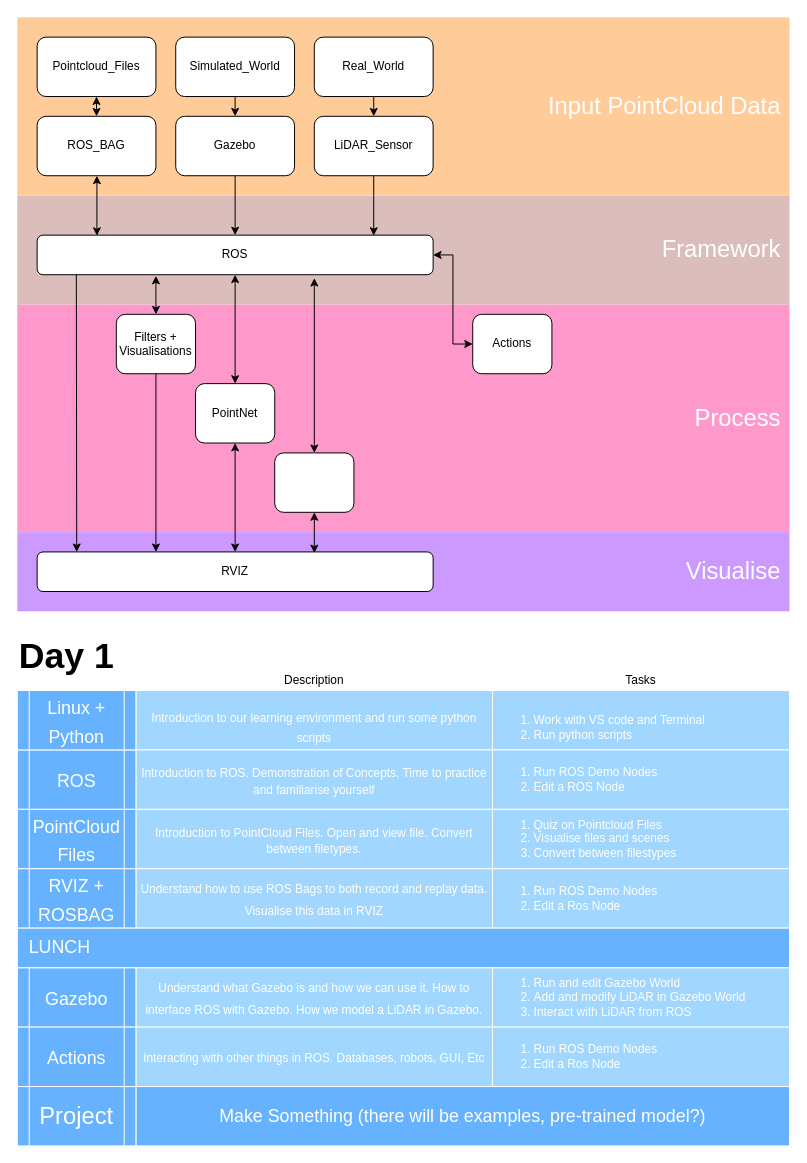
AM1010101/lidar_integrators_course keeps this draw.io diagram as page "Day_1" (1 of 6) of course_overview_diagram.drawio. Above is the earlier version. Source tidied: cells renumbered, new cells numbered last; positions are measured from the earlier drawing's top-left corner, leaving out a move shared by most shapes. Both pictures are drawn from the tidied source at 99%, with x=0, y=0 at pixel (17, 17).
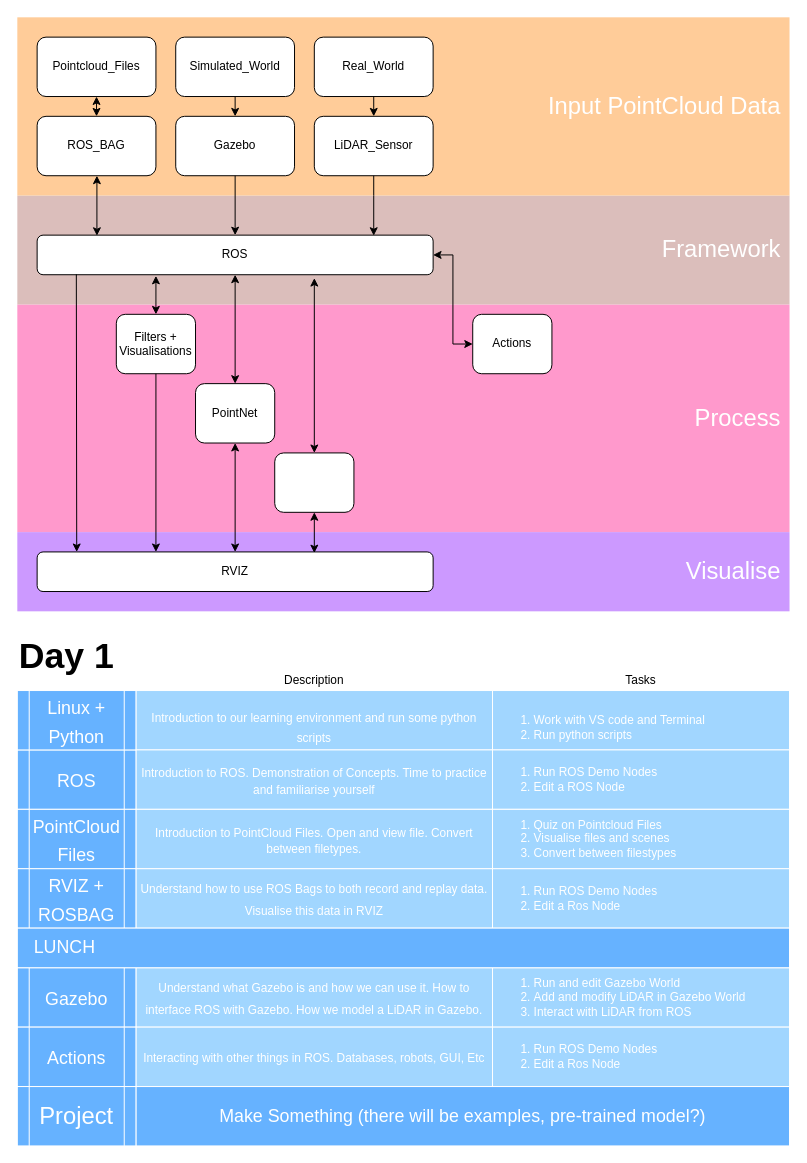
After the change.

Diff of the diagram source:
```diff
@@
-    <mxCell id="56" value="&amp;nbsp; LUNCH" style="rounded=0;whiteSpace=wrap;html=1;fontSize=18;fontColor=#FFFFFF;fillColor=#66B2FF;gradientColor=none;strokeColor=#FFFFFF;align=left;" parent="1" vertex="1">
+    <mxCell id="56" value="&amp;nbsp;&amp;nbsp; LUNCH" style="rounded=0;whiteSpace=wrap;html=1;fontSize=18;fontColor=#FFFFFF;fillColor=#66B2FF;gradientColor=none;strokeColor=#FFFFFF;align=left;" parent="1" vertex="1">
       <mxGeometry y="920" width="780" height="40" as="geometry" />
     </mxCell>
```
